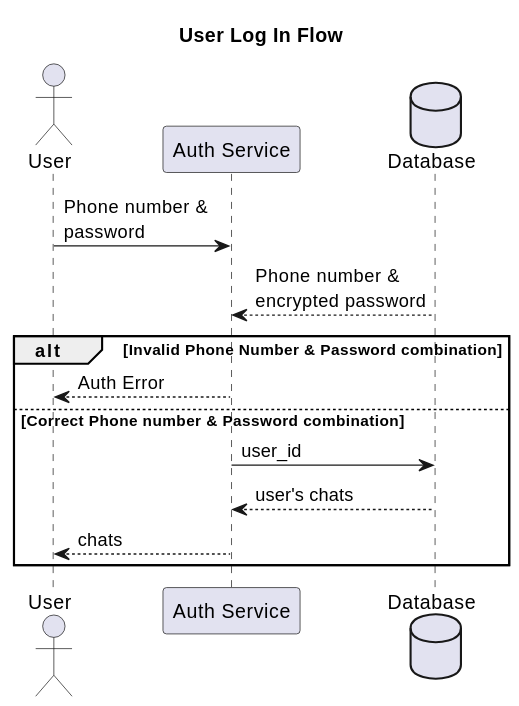
Before: topics/architecture/2025-07_Chat_Messaging_Platform/solutions/lisa-gold/diagrams/svg/user_log_in.svg, a diagram exported from PlantUML (holtzilya2008/my-code).
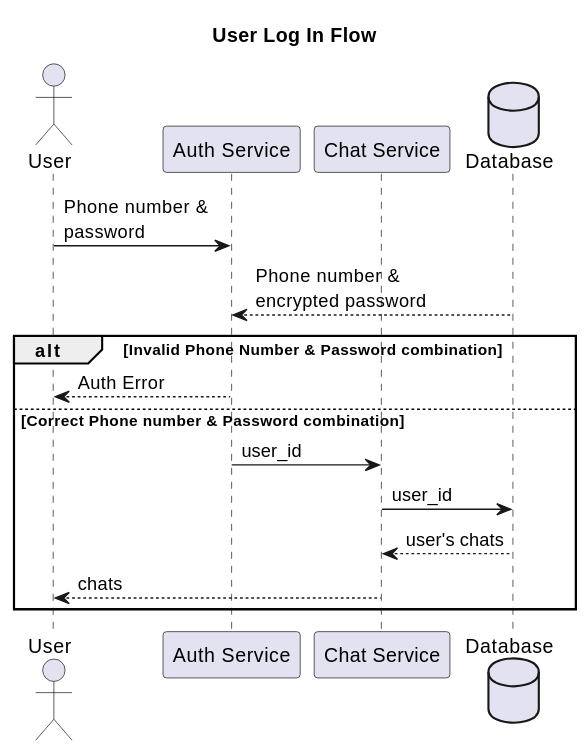
Later version of the same file.

The edit, as a diff of the source:
```diff
@@ -3,6 +3,7 @@
 
 actor User as User
 participant "Auth Service" as AuthService
+participant "Chat Service" as ChatService
 database "Database" as DB
 
 User -> AuthService: Phone number &\npassword
@@ -11,8 +12,9 @@
 alt Invalid Phone Number & Password combination
     AuthService --> User: Auth Error
 else Correct Phone number & Password combination
-    AuthService -> DB: user_id
-    DB --> AuthService: user's chats
-    AuthService --> User: chats
+    AuthService -> ChatService: user_id
+    ChatService -> DB: user_id
+    DB --> ChatService: user's chats
+    ChatService --> User: chats
 end
 @enduml
```
